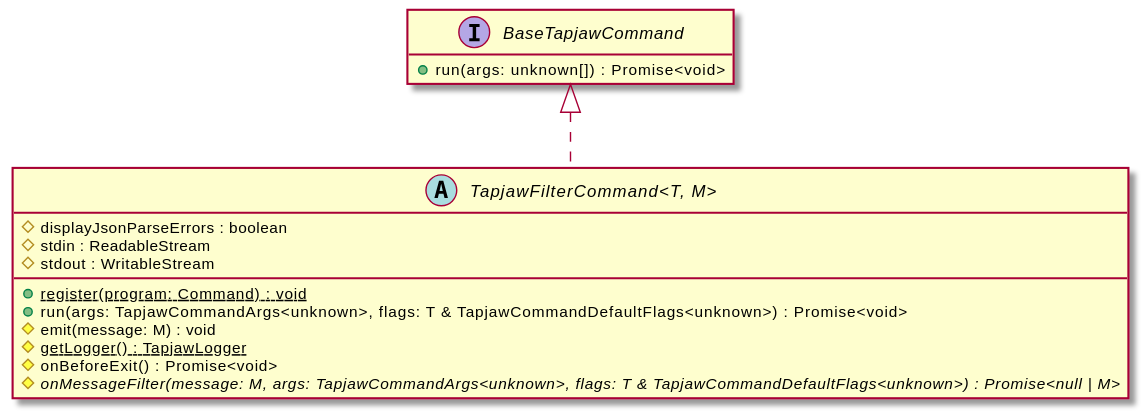
Above: api-docs/assets/TapjawFilterCommand-umlClassDiagram-60.svg in digidip/tapjaw-importer (PlantUML), before the change. The source it was exported from:
```plantuml
@startuml
skinparam BackgroundColor transparent
hide empty methods
hide empty fields
abstract class "TapjawFilterCommand<T, M>" {
    #displayJsonParseErrors : boolean
    #stdin : ReadableStream
    #stdout : WritableStream
    {static} +register(program: Command) : void
    +run(args: TapjawCommandArgs<unknown>, flags: T & TapjawCommandDefaultFlags<unknown>) : Promise<void>
    #emit(message: M) : void
    {static} #getLogger() : TapjawLogger
    #onBeforeExit() : Promise<void>
    {abstract} #onMessageFilter(message: M, args: TapjawCommandArgs<unknown>, flags: T & TapjawCommandDefaultFlags<unknown>) : Promise<null | M>
}
interface "BaseTapjawCommand" {
    +run(args: unknown[]) : Promise<void>
}
"BaseTapjawCommand" <|.. "TapjawFilterCommand<T, M>"
@enduml
```
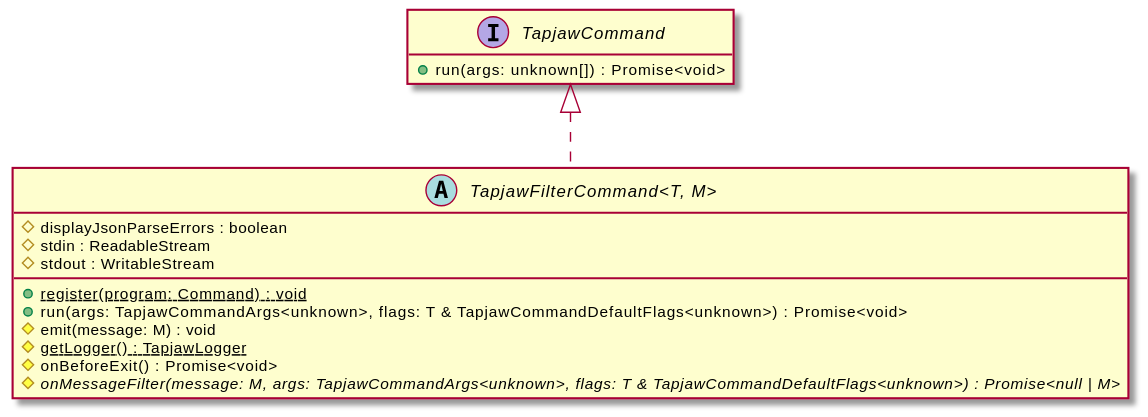
After the commit.

The edit, as a diff of the source:
```diff
@@ -13,8 +13,8 @@
     #onBeforeExit() : Promise<void>
     {abstract} #onMessageFilter(message: M, args: TapjawCommandArgs<unknown>, flags: T & TapjawCommandDefaultFlags<unknown>) : Promise<null | M>
 }
-interface "BaseTapjawCommand" {
+interface "TapjawCommand" {
     +run(args: unknown[]) : Promise<void>
 }
-"BaseTapjawCommand" <|.. "TapjawFilterCommand<T, M>"
+"TapjawCommand" <|.. "TapjawFilterCommand<T, M>"
 @enduml
```
